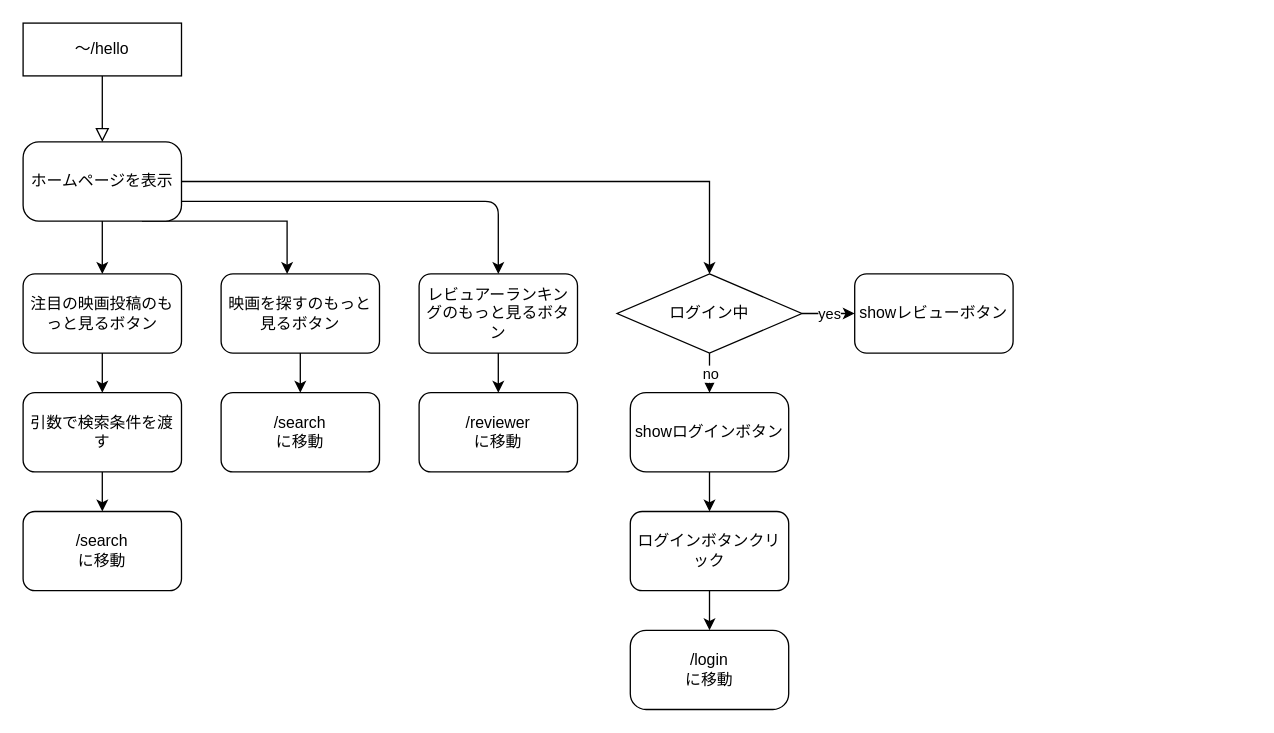
The draw.io diagram page "~/hello" (1 of 2) of hello/Untitled Diagram.drawio in katsumasa0514/hello_github_test, before the edit. Source tidied: cells renumbered, new cells numbered last; positions are measured from the earlier drawing's top-left corner, leaving out a move shared by most shapes. Both pictures are drawn from the tidied source at 132%, with x=0, y=0 at pixel (22, 22).
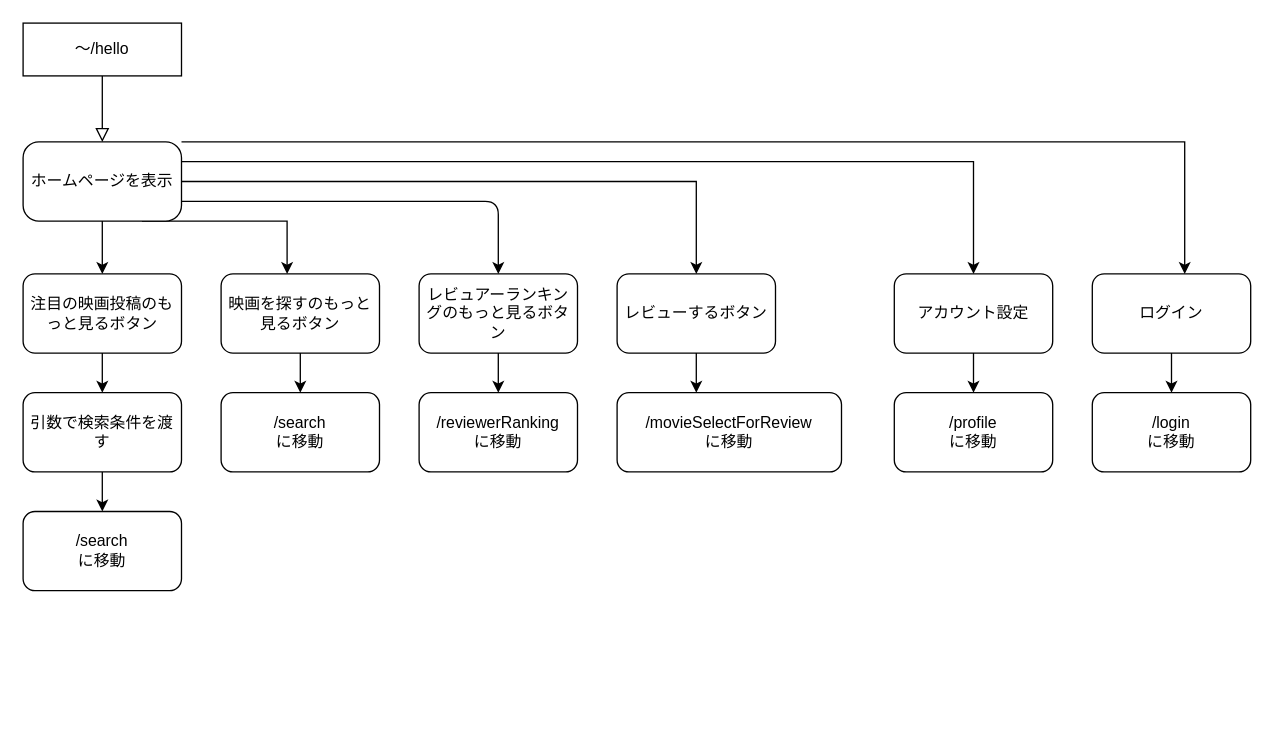
The same page after the edit.

Commit message:
Untitled Diagram.drawio を更新します

Unchanged cells that the change refers to:
```xml
<mxCell id="7" value="ホームページを表示" style="rounded=1;whiteSpace=wrap;html=1;arcSize=20;" parent="1" vertex="1">
  <mxGeometry y="90" width="120" height="60" as="geometry" />
</mxCell>
```

What changed in the source:
```diff
@@
-    <mxCell id="6" style="edgeStyle=orthogonalEdgeStyle;rounded=0;jettySize=auto;html=1;exitX=1;exitY=0.5;exitDx=0;exitDy=0;entryX=0.5;entryY=0;entryDx=0;entryDy=0;" parent="1" edge="1" source="7" target="23">
+    <mxCell id="6" style="edgeStyle=orthogonalEdgeStyle;rounded=0;jettySize=auto;html=1;exitX=1;exitY=0.5;exitDx=0;exitDy=0;" parent="1" edge="1" source="7" target="34">
       <mxGeometry relative="1" as="geometry" />
     </mxCell>
+    <mxCell id="31" style="edgeStyle=orthogonalEdgeStyle;rounded=0;jettySize=auto;html=1;exitX=1;exitY=0.25;exitDx=0;exitDy=0;" parent="1" edge="1" source="7" target="37">
+      <mxGeometry relative="1" as="geometry" />
+    </mxCell>
+    <mxCell id="32" style="edgeStyle=orthogonalEdgeStyle;rounded=0;jettySize=auto;html=1;exitX=1;exitY=0;exitDx=0;exitDy=0;" parent="1" edge="1" source="7" target="39">
+      <mxGeometry relative="1" as="geometry">
+        <Array as="points">
+          <mxPoint x="880" y="90" />
+        </Array>
+      </mxGeometry>
+    </mxCell>
@@
-    <mxCell id="19" value="/reviewer&lt;br&gt;に移動" style="whiteSpace=wrap;html=1;rounded=1;" parent="1" vertex="1">
+    <mxCell id="19" value="/reviewerRanking&lt;br&gt;に移動" style="whiteSpace=wrap;html=1;rounded=1;" parent="1" vertex="1">
       <mxGeometry x="300" y="280" width="120" height="60" as="geometry" />
     </mxCell>
-    <mxCell id="20" style="edgeStyle=orthogonalEdgeStyle;rounded=0;jettySize=auto;html=1;exitX=0.5;exitY=1;exitDx=0;exitDy=0;entryX=0.5;entryY=0;entryDx=0;entryDy=0;" parent="1" edge="1" source="21" target="30">
-      <mxGeometry relative="1" as="geometry" />
-    </mxCell>
-    <mxCell id="21" value="showログインボタン" style="whiteSpace=wrap;html=1;rounded=1;arcSize=20;" parent="1" vertex="1">
-      <mxGeometry x="460" y="280" width="120" height="60" as="geometry" />
-    </mxCell>
+    <mxCell id="33" style="edgeStyle=orthogonalEdgeStyle;rounded=0;jettySize=auto;html=1;" parent="1" edge="1" source="34" target="35">
+      <mxGeometry relative="1" as="geometry">
+        <Array as="points">
+          <mxPoint x="510" y="280" />
+          <mxPoint x="510" y="280" />
+        </Array>
+      </mxGeometry>
+    </mxCell>
+    <mxCell id="34" value="レビューするボタン" style="rounded=1;whiteSpace=wrap;html=1;" parent="1" vertex="1">
+      <mxGeometry x="450" y="190" width="120" height="60" as="geometry" />
+    </mxCell>
+    <mxCell id="35" value="/movieSelectForReview&lt;br&gt;に移動" style="whiteSpace=wrap;html=1;rounded=1;" parent="1" vertex="1">
+      <mxGeometry x="450" y="280" width="170" height="60" as="geometry" />
+    </mxCell>
+    <mxCell id="36" style="edgeStyle=orthogonalEdgeStyle;rounded=0;jettySize=auto;html=1;" parent="1" edge="1" source="37" target="40">
+      <mxGeometry relative="1" as="geometry" />
+    </mxCell>
+    <mxCell id="37" value="アカウント設定" style="rounded=1;whiteSpace=wrap;html=1;" parent="1" vertex="1">
+      <mxGeometry x="660" y="190" width="120" height="60" as="geometry" />
+    </mxCell>
+    <mxCell id="38" style="edgeStyle=orthogonalEdgeStyle;rounded=0;jettySize=auto;html=1;" parent="1" edge="1" source="39" target="22">
+      <mxGeometry relative="1" as="geometry" />
+    </mxCell>
+    <mxCell id="39" value="ログイン" style="rounded=1;whiteSpace=wrap;html=1;" parent="1" vertex="1">
+      <mxGeometry x="810" y="190" width="120" height="60" as="geometry" />
+    </mxCell>
+    <mxCell id="40" value="/profile&lt;br&gt;に移動" style="whiteSpace=wrap;html=1;rounded=1;" parent="1" vertex="1">
+      <mxGeometry x="660" y="280" width="120" height="60" as="geometry" />
+    </mxCell>
-    <mxCell id="22" value="/login&lt;br&gt;に移動" style="whiteSpace=wrap;html=1;rounded=1;arcSize=20;" parent="1" vertex="1">
-      <mxGeometry x="460" y="460" width="120" height="60" as="geometry" />
+    <mxCell id="22" value="/login&lt;br&gt;に移動" style="whiteSpace=wrap;html=1;rounded=1;" parent="1" vertex="1">
+      <mxGeometry x="810" y="280" width="120" height="60" as="geometry" />
     </mxCell>
-    <mxCell id="23" value="ログイン中" style="rhombus;whiteSpace=wrap;html=1;" parent="1" vertex="1">
-      <mxGeometry x="450" y="190" width="140" height="60" as="geometry" />
-    </mxCell>
-    <mxCell id="24" style="endArrow=classic;html=1;exitX=1;exitY=0.5;exitDx=0;exitDy=0;entryX=0;entryY=0.5;entryDx=0;entryDy=0;" parent="1" edge="1" source="23" target="26">
-      <mxGeometry relative="1" as="geometry" />
-    </mxCell>
-    <mxCell id="25" value="yes" style="edgeLabel;html=1;align=center;verticalAlign=middle;" parent="24" vertex="1">
-      <mxGeometry relative="1" as="geometry" />
-    </mxCell>
-    <mxCell id="26" value="showレビューボタン" style="rounded=1;whiteSpace=wrap;html=1;" parent="1" vertex="1">
-      <mxGeometry x="630" y="190" width="120" height="60" as="geometry" />
-    </mxCell>
-    <mxCell id="27" style="endArrow=classic;html=1;exitX=0.5;exitY=1;exitDx=0;exitDy=0;entryX=0.5;entryY=0;entryDx=0;entryDy=0;" parent="1" edge="1" source="23" target="21">
-      <mxGeometry relative="1" as="geometry" />
-    </mxCell>
-    <mxCell id="28" value="no" style="edgeLabel;html=1;align=center;verticalAlign=middle;" parent="27" vertex="1">
-      <mxGeometry relative="1" as="geometry" />
-    </mxCell>
-    <mxCell id="29" style="edgeStyle=orthogonalEdgeStyle;rounded=0;jettySize=auto;html=1;exitX=0.5;exitY=1;exitDx=0;exitDy=0;entryX=0.5;entryY=0;entryDx=0;entryDy=0;" parent="1" edge="1" source="30" target="22">
-      <mxGeometry relative="1" as="geometry" />
-    </mxCell>
-    <mxCell id="30" value="ログインボタンクリック" style="rounded=1;whiteSpace=wrap;html=1;" parent="1" vertex="1">
-      <mxGeometry x="460" y="370" width="120" height="60" as="geometry" />
-    </mxCell>
```
